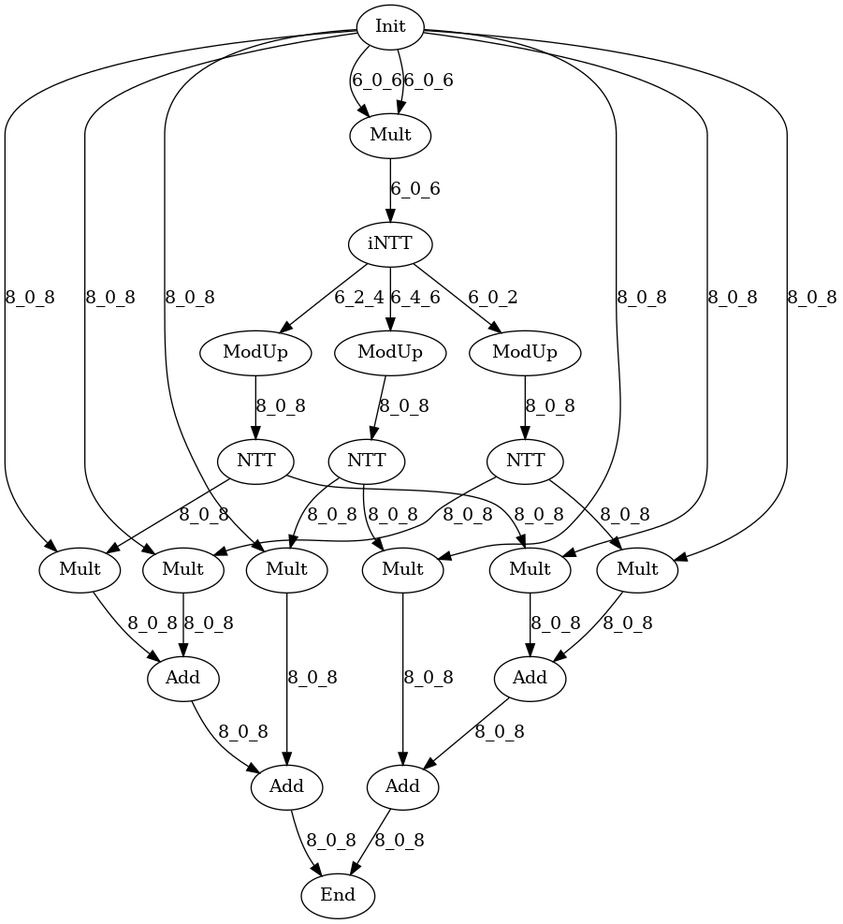
This is data/graph_poly.dot.png from hal-lab-u-tokyo/PolyFHE, a Graphviz export, as it was before one commit. Its source is kept beside it as data/graph_poly.dot.
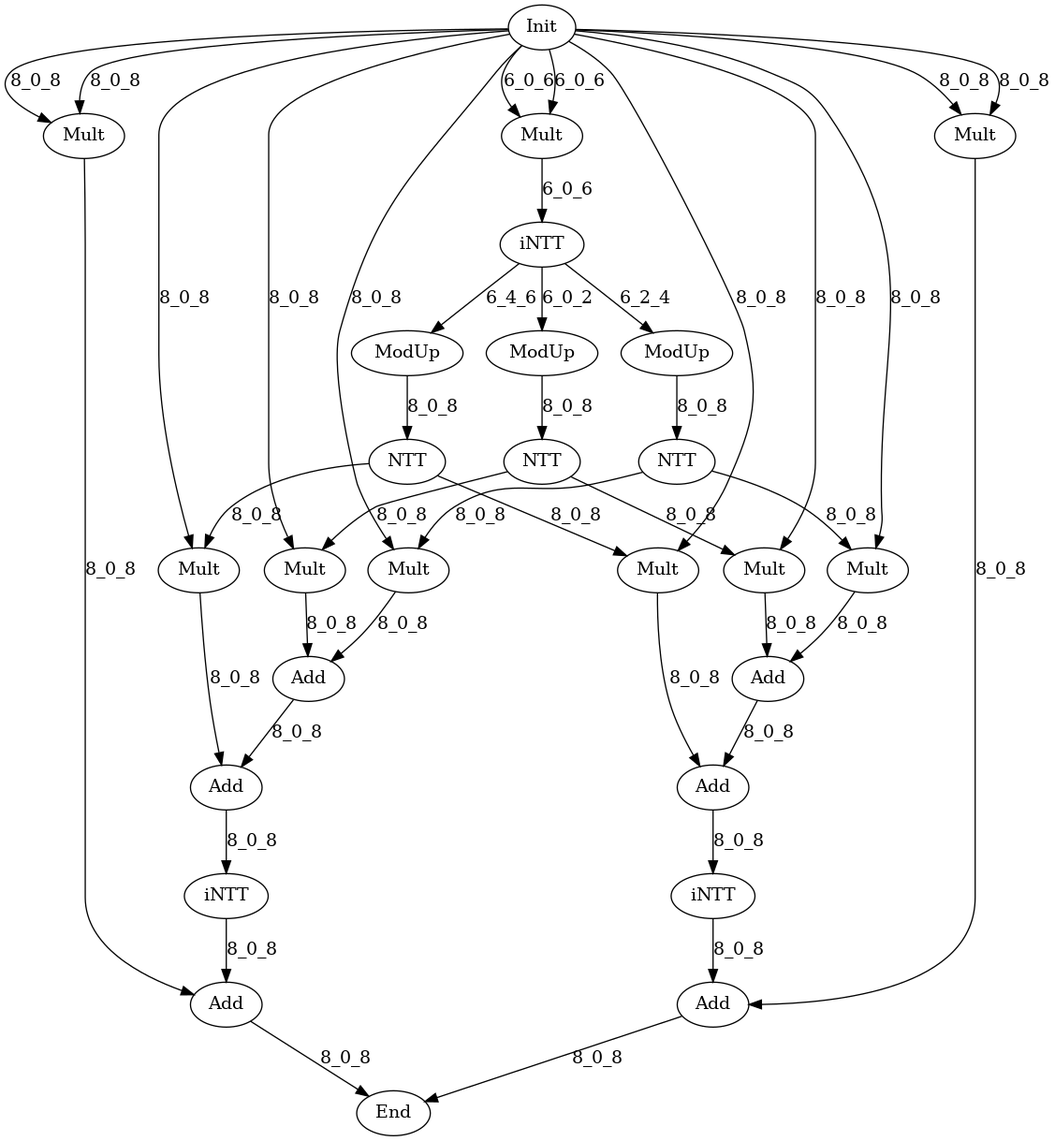
Above is the later version.

What changed in the source:
```diff
@@ -1,7 +1,9 @@
 digraph G {
 Init[label="Init"];
 End[label="End"];
+Multd0[label="Mult"];
 Multd1[label="Mult"];
+Multd2[label="Mult"];
 ModUp1[label="ModUp"];
 ModUp2[label="ModUp"];
 ModUp3[label="ModUp"];
@@ -19,9 +21,13 @@
 Add123a[label="Add"];
 Add12b[label="Add"];
 Add123b[label="Add"];
-Init -> Multd1[label="6_0_6"];
-Init -> Multd1[label="6_0_6"];
-Multd1 -> iNTT[label="6_0_6"];
+iNTTa[label="iNTT"];
+iNTTb[label="iNTT"];
+Addc0[label="Add"];
+Addc1[label="Add"];
+Init -> Multd2[label="6_0_6"];
+Init -> Multd2[label="6_0_6"];
+Multd2 -> iNTT[label="6_0_6"];
 iNTT -> ModUp1[label="6_0_2"];
 iNTT -> ModUp2[label="6_2_4"];
 iNTT -> ModUp3[label="6_4_6"];
@@ -48,6 +54,16 @@
 Mult2b -> Add12b[label="8_0_8"];
 Add12b -> Add123b[label="8_0_8"];
 Mult3b -> Add123b[label="8_0_8"];
-Add123a -> End[label="8_0_8"];
-Add123b -> End[label="8_0_8"];
+Add123a -> iNTTa[label="8_0_8"];
+Add123b -> iNTTb[label="8_0_8"];
+Init -> Multd0[label="8_0_8"];
+Init -> Multd0[label="8_0_8"];
+Init -> Multd1[label="8_0_8"];
+Init -> Multd1[label="8_0_8"];
+Multd0 -> Addc0[label="8_0_8"];
+Multd1 -> Addc1[label="8_0_8"];
+iNTTa -> Addc0[label="8_0_8"];
+iNTTb -> Addc1[label="8_0_8"];
+Addc0 -> End[label="8_0_8"];
+Addc1 -> End[label="8_0_8"];
 }
```
